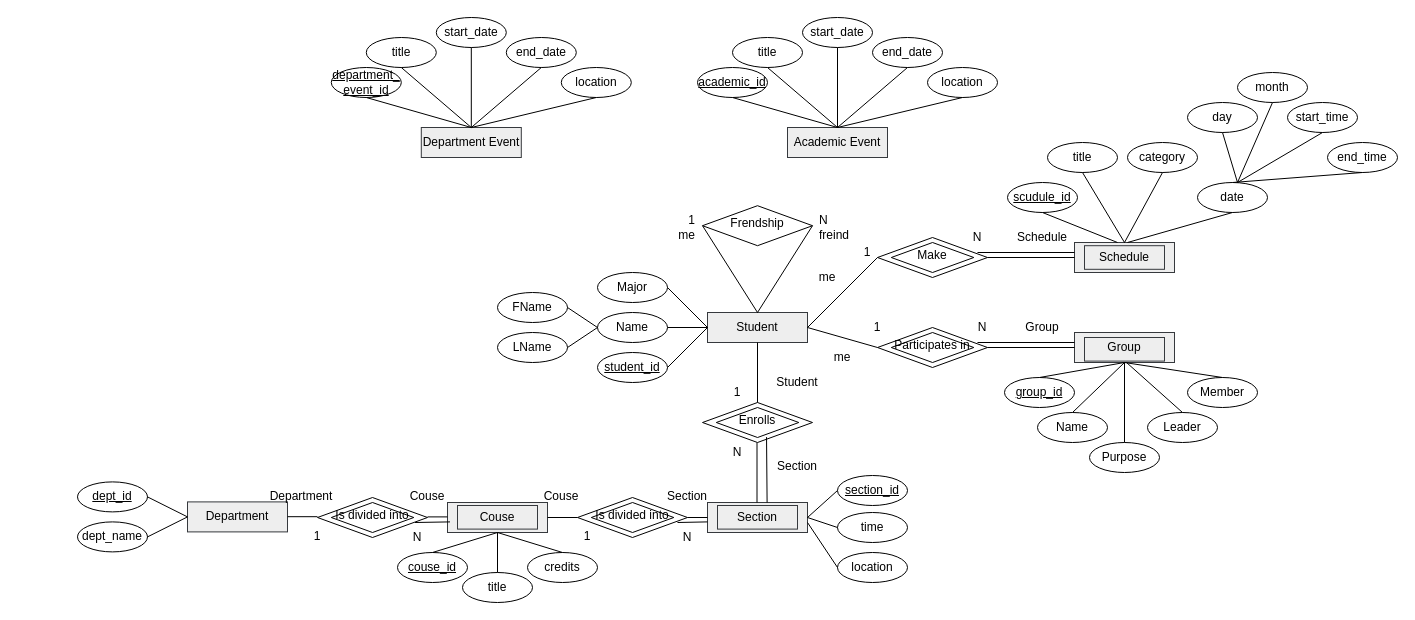
ale8ander/ale8ander keeps this draw.io diagram as phase1.drawio. Above is the earlier version. Source tidied: cells renumbered, new cells numbered last; positions are measured from the earlier drawing's top-left corner, leaving out a move shared by most shapes. Both pictures are drawn from the tidied source at 100%, with x=0, y=0 at pixel (77, 17).
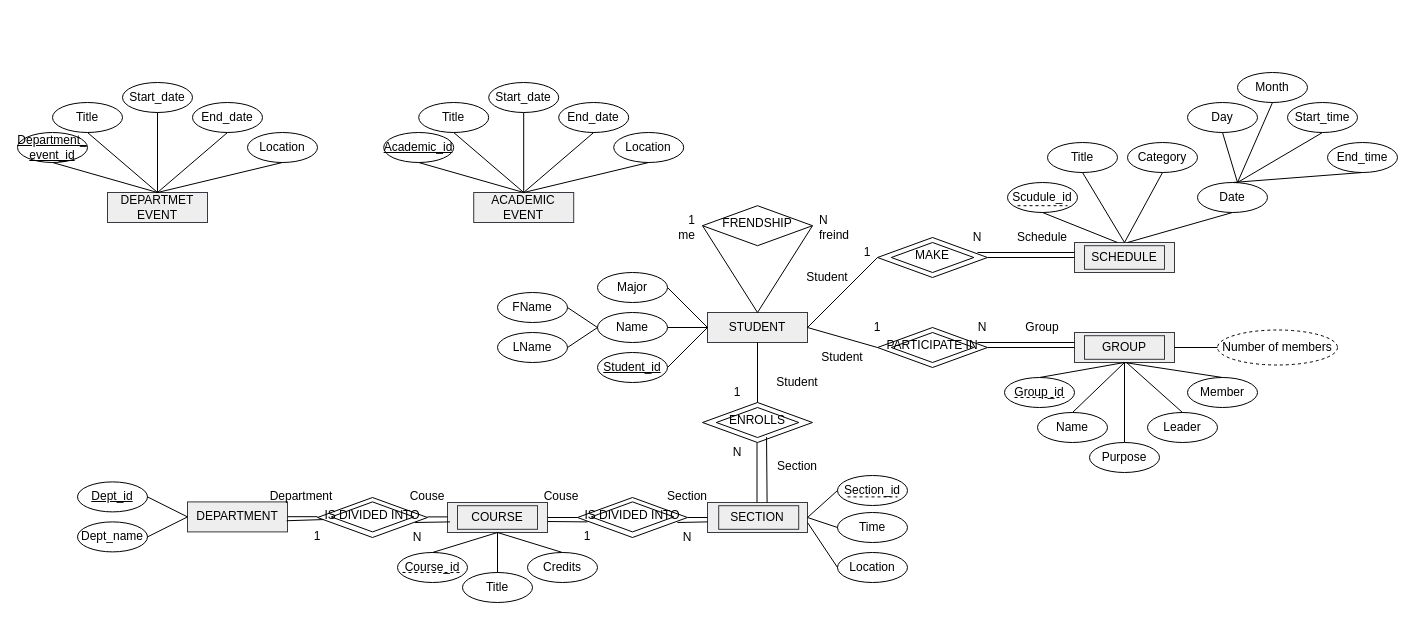
The same diagram, later.

The change refers to these unchanged cells:
```xml
<mxCell id="129" value="1" style="text;html=1;align=center;verticalAlign=middle;whiteSpace=wrap;rounded=0;" parent="1" vertex="1">
  <mxGeometry x="210" y="504.4" width="60" height="30" as="geometry" />
</mxCell>
<mxCell id="131" value="1" style="text;html=1;align=center;verticalAlign=middle;whiteSpace=wrap;rounded=0;" parent="1" vertex="1">
  <mxGeometry x="480" y="504.4" width="60" height="30" as="geometry" />
</mxCell>
```

What changed in the source:
```diff
@@
-    <mxCell id="2" value="Enrolls" style="rhombus;whiteSpace=wrap;html=1;shadow=0;fontFamily=Helvetica;fontSize=12;align=center;strokeWidth=1;spacing=6;spacingTop=-4;" parent="1" vertex="1">
+    <mxCell id="2" value="ENROLLS" style="rhombus;whiteSpace=wrap;html=1;shadow=0;fontFamily=Helvetica;fontSize=12;align=center;strokeWidth=1;spacing=6;spacingTop=-4;" parent="1" vertex="1">
       <mxGeometry x="625" y="385" width="110" height="40" as="geometry" />
     </mxCell>
-    <mxCell id="3" value="Student" style="rounded=0;whiteSpace=wrap;html=1;fillColor=#eeeeee;strokeColor=#36393d;" parent="1" vertex="1">
+    <mxCell id="3" value="STUDENT" style="rounded=0;whiteSpace=wrap;html=1;fillColor=#eeeeee;strokeColor=#36393d;" parent="1" vertex="1">
       <mxGeometry x="630" y="295" width="100" height="30" as="geometry" />
     </mxCell>
-    <mxCell id="4" value="Department" style="rounded=0;whiteSpace=wrap;html=1;fillColor=#eeeeee;strokeColor=#36393d;" parent="1" vertex="1">
+    <mxCell id="4" value="DEPARTMENT" style="rounded=0;whiteSpace=wrap;html=1;fillColor=#eeeeee;strokeColor=#36393d;" parent="1" vertex="1">
       <mxGeometry x="110" y="484.4" width="100" height="30" as="geometry" />
     </mxCell>
-    <mxCell id="5" value="Couse" style="rounded=0;whiteSpace=wrap;html=1;fillColor=#eeeeee;strokeColor=#36393d;" parent="1" vertex="1">
+    <mxCell id="5" value="COURSE" style="rounded=0;whiteSpace=wrap;html=1;fillColor=#eeeeee;strokeColor=#36393d;" parent="1" vertex="1">
       <mxGeometry x="370" y="485" width="100" height="30" as="geometry" />
     </mxCell>
-    <mxCell id="6" value="Section" style="rounded=0;whiteSpace=wrap;html=1;fillColor=#eeeeee;strokeColor=#36393d;" parent="1" vertex="1">
+    <mxCell id="6" value="SECTION" style="rounded=0;whiteSpace=wrap;html=1;fillColor=#eeeeee;strokeColor=#36393d;" parent="1" vertex="1">
       <mxGeometry x="630" y="485" width="100" height="30" as="geometry" />
     </mxCell>
-    <mxCell id="7" value="Academic Event" style="rounded=0;whiteSpace=wrap;html=1;fillColor=#eeeeee;strokeColor=#36393d;" parent="1" vertex="1">
-      <mxGeometry x="710" y="110" width="100" height="30" as="geometry" />
+    <mxCell id="7" value="ACADEMIC EVENT" style="rounded=0;whiteSpace=wrap;html=1;fillColor=#eeeeee;strokeColor=#36393d;" parent="1" vertex="1">
+      <mxGeometry x="396.2" y="175" width="100" height="30" as="geometry" />
     </mxCell>
-    <mxCell id="8" value="Department Event" style="rounded=0;whiteSpace=wrap;html=1;fillColor=#eeeeee;strokeColor=#36393d;" parent="1" vertex="1">
-      <mxGeometry x="343.8" y="110" width="100" height="30" as="geometry" />
+    <mxCell id="8" value="DEPARTMET EVENT" style="rounded=0;whiteSpace=wrap;html=1;fillColor=#eeeeee;strokeColor=#36393d;" parent="1" vertex="1">
+      <mxGeometry x="30" y="175" width="100" height="30" as="geometry" />
     </mxCell>
-    <mxCell id="9" value="Schedule" style="rounded=0;whiteSpace=wrap;html=1;fillColor=#eeeeee;strokeColor=#36393d;" parent="1" vertex="1">
+    <mxCell id="9" value="SCHEDULE" style="rounded=0;whiteSpace=wrap;html=1;fillColor=#eeeeee;strokeColor=#36393d;" parent="1" vertex="1">
       <mxGeometry x="997" y="225" width="100" height="30" as="geometry" />
     </mxCell>
-    <mxCell id="10" value="Group" style="rounded=0;whiteSpace=wrap;html=1;fillColor=#eeeeee;strokeColor=#36393d;" parent="1" vertex="1">
+    <mxCell id="10" value="GROUP" style="rounded=0;whiteSpace=wrap;html=1;fillColor=#eeeeee;strokeColor=#36393d;" parent="1" vertex="1">
       <mxGeometry x="997" y="315" width="100" height="30" as="geometry" />
     </mxCell>
-    <mxCell id="11" value="Make" style="rhombus;whiteSpace=wrap;html=1;shadow=0;fontFamily=Helvetica;fontSize=12;align=center;strokeWidth=1;spacing=6;spacingTop=-4;" parent="1" vertex="1">
+    <mxCell id="11" value="MAKE" style="rhombus;whiteSpace=wrap;html=1;shadow=0;fontFamily=Helvetica;fontSize=12;align=center;strokeWidth=1;spacing=6;spacingTop=-4;" parent="1" vertex="1">
       <mxGeometry x="800" y="220" width="110" height="40" as="geometry" />
     </mxCell>
-    <mxCell id="12" value="Participates in" style="rhombus;whiteSpace=wrap;html=1;shadow=0;fontFamily=Helvetica;fontSize=12;align=center;strokeWidth=1;spacing=6;spacingTop=-4;" parent="1" vertex="1">
+    <mxCell id="12" value="PARTICIPATE IN" style="rhombus;whiteSpace=wrap;html=1;shadow=0;fontFamily=Helvetica;fontSize=12;align=center;strokeWidth=1;spacing=6;spacingTop=-4;" parent="1" vertex="1">
       <mxGeometry x="800" y="310" width="110" height="40" as="geometry" />
     </mxCell>
-    <mxCell id="13" value="&lt;u&gt;student_id&lt;/u&gt;" style="ellipse;whiteSpace=wrap;html=1;" parent="1" vertex="1">
+    <mxCell id="13" value="&lt;u&gt;Student_id&lt;/u&gt;" style="ellipse;whiteSpace=wrap;html=1;" parent="1" vertex="1">
       <mxGeometry x="520" y="335" width="70" height="30" as="geometry" />
     </mxCell>
@@
-    <mxCell id="25" value="&lt;u&gt;dept_id&lt;/u&gt;" style="ellipse;whiteSpace=wrap;html=1;" parent="1" vertex="1">
+    <mxCell id="25" value="&lt;u&gt;Dept_id&lt;/u&gt;" style="ellipse;whiteSpace=wrap;html=1;" parent="1" vertex="1">
       <mxGeometry y="464.4" width="70" height="30" as="geometry" />
     </mxCell>
-    <mxCell id="26" value="dept_name" style="ellipse;whiteSpace=wrap;html=1;" parent="1" vertex="1">
+    <mxCell id="26" value="Dept_name" style="ellipse;whiteSpace=wrap;html=1;" parent="1" vertex="1">
       <mxGeometry y="504.4" width="70" height="30" as="geometry" />
     </mxCell>
@@
-    <mxCell id="30" value="&lt;u&gt;couse_id&lt;/u&gt;" style="ellipse;whiteSpace=wrap;html=1;" parent="1" vertex="1">
+    <mxCell id="30" value="&lt;span&gt;Course_id&lt;/span&gt;" style="ellipse;whiteSpace=wrap;html=1;fontStyle=0;" parent="1" vertex="1">
       <mxGeometry x="320" y="535" width="70" height="30" as="geometry" />
     </mxCell>
@@
-    <mxCell id="32" value="title" style="ellipse;whiteSpace=wrap;html=1;" parent="1" vertex="1">
+    <mxCell id="32" value="Title" style="ellipse;whiteSpace=wrap;html=1;" parent="1" vertex="1">
       <mxGeometry x="385" y="555" width="70" height="30" as="geometry" />
     </mxCell>
@@
-    <mxCell id="34" value="credits" style="ellipse;whiteSpace=wrap;html=1;" parent="1" vertex="1">
+    <mxCell id="34" value="Credits" style="ellipse;whiteSpace=wrap;html=1;" parent="1" vertex="1">
       <mxGeometry x="450" y="535" width="70" height="30" as="geometry" />
     </mxCell>
@@
-    <mxCell id="36" value="&lt;u&gt;section_id&lt;/u&gt;" style="ellipse;whiteSpace=wrap;html=1;" parent="1" vertex="1">
+    <mxCell id="36" value="Section_id" style="ellipse;whiteSpace=wrap;html=1;" parent="1" vertex="1">
       <mxGeometry x="760" y="458" width="70" height="30" as="geometry" />
     </mxCell>
@@
-    <mxCell id="38" value="time" style="ellipse;whiteSpace=wrap;html=1;" parent="1" vertex="1">
+    <mxCell id="38" value="Time" style="ellipse;whiteSpace=wrap;html=1;" parent="1" vertex="1">
       <mxGeometry x="760" y="495" width="70" height="30" as="geometry" />
     </mxCell>
@@
-    <mxCell id="40" value="location" style="ellipse;whiteSpace=wrap;html=1;" parent="1" vertex="1">
+    <mxCell id="40" value="Location" style="ellipse;whiteSpace=wrap;html=1;" parent="1" vertex="1">
       <mxGeometry x="760" y="535" width="70" height="30" as="geometry" />
     </mxCell>
@@
     <mxCell id="43" style="rounded=0;whiteSpace=wrap;html=1;fillColor=none;strokeColor=#36393d;" parent="1" vertex="1">
-      <mxGeometry x="640" y="488" width="80" height="23.6" as="geometry" />
+      <mxGeometry x="641.2" y="488.2" width="80" height="23.6" as="geometry" />
     </mxCell>
     <mxCell id="44" style="rounded=0;whiteSpace=wrap;html=1;fillColor=none;strokeColor=#36393d;" parent="1" vertex="1">
-      <mxGeometry x="380" y="488" width="80" height="23.6" as="geometry" />
+      <mxGeometry x="380" y="488.2" width="80" height="23.6" as="geometry" />
     </mxCell>
-    <mxCell id="45" value="&lt;u&gt;group_id&lt;/u&gt;" style="ellipse;whiteSpace=wrap;html=1;" parent="1" vertex="1">
+    <mxCell id="45" value="&lt;span&gt;Group_id&lt;/span&gt;" style="ellipse;whiteSpace=wrap;html=1;fontStyle=0;" parent="1" vertex="1">
       <mxGeometry x="927" y="360" width="70" height="30" as="geometry" />
     </mxCell>
@@
-    <mxCell id="53" value="&lt;u&gt;scudule_id&lt;/u&gt;" style="ellipse;whiteSpace=wrap;html=1;" parent="1" vertex="1">
+    <mxCell id="53" value="&lt;span&gt;Scudule_id&lt;/span&gt;" style="ellipse;whiteSpace=wrap;html=1;fontStyle=0;" parent="1" vertex="1">
       <mxGeometry x="930" y="165" width="70" height="30" as="geometry" />
     </mxCell>
-    <mxCell id="54" value="title" style="ellipse;whiteSpace=wrap;html=1;" parent="1" vertex="1">
+    <mxCell id="54" value="Title" style="ellipse;whiteSpace=wrap;html=1;" parent="1" vertex="1">
       <mxGeometry x="970" y="125" width="70" height="30" as="geometry" />
     </mxCell>
-    <mxCell id="55" value="category" style="ellipse;whiteSpace=wrap;html=1;" parent="1" vertex="1">
+    <mxCell id="55" value="Category" style="ellipse;whiteSpace=wrap;html=1;" parent="1" vertex="1">
       <mxGeometry x="1050" y="125" width="70" height="30" as="geometry" />
     </mxCell>
-    <mxCell id="56" value="date" style="ellipse;whiteSpace=wrap;html=1;" parent="1" vertex="1">
+    <mxCell id="56" value="Date" style="ellipse;whiteSpace=wrap;html=1;" parent="1" vertex="1">
       <mxGeometry x="1120" y="165" width="70" height="30" as="geometry" />
     </mxCell>
@@
-    <mxCell id="61" value="day" style="ellipse;whiteSpace=wrap;html=1;" parent="1" vertex="1">
+    <mxCell id="61" value="Day" style="ellipse;whiteSpace=wrap;html=1;" parent="1" vertex="1">
       <mxGeometry x="1110" y="85" width="70" height="30" as="geometry" />
     </mxCell>
-    <mxCell id="62" value="month" style="ellipse;whiteSpace=wrap;html=1;" parent="1" vertex="1">
+    <mxCell id="62" value="Month" style="ellipse;whiteSpace=wrap;html=1;" parent="1" vertex="1">
       <mxGeometry x="1160" y="55" width="70" height="30" as="geometry" />
     </mxCell>
-    <mxCell id="63" value="start_time" style="ellipse;whiteSpace=wrap;html=1;" parent="1" vertex="1">
+    <mxCell id="63" value="Start_time" style="ellipse;whiteSpace=wrap;html=1;" parent="1" vertex="1">
       <mxGeometry x="1210" y="85" width="70" height="30" as="geometry" />
     </mxCell>
-    <mxCell id="64" value="end_time" style="ellipse;whiteSpace=wrap;html=1;" parent="1" vertex="1">
+    <mxCell id="64" value="End_time" style="ellipse;whiteSpace=wrap;html=1;" parent="1" vertex="1">
       <mxGeometry x="1250" y="125" width="70" height="30" as="geometry" />
     </mxCell>
@@
-    <mxCell id="68" style="endArrow=none;html=1;rounded=0;entryX=0.5;entryY=1;entryDx=0;entryDy=0;exitX=0.5;exitY=0;exitDx=0;exitDy=0;" parent="1" edge="1" source="56" target="64">
-      <mxGeometry relative="1" as="geometry" />
+    <mxCell id="68" style="endArrow=none;html=1;rounded=0;entryX=0.5;entryY=1;entryDx=0;entryDy=0;" parent="1" edge="1" target="64">
+      <mxGeometry relative="1" as="geometry">
+        <mxPoint x="1155" y="165" as="sourcePoint" />
+      </mxGeometry>
     </mxCell>
-    <mxCell id="69" value="&lt;u&gt;academic_id&lt;/u&gt;" style="ellipse;whiteSpace=wrap;html=1;" parent="1" vertex="1">
-      <mxGeometry x="620" y="50" width="70" height="30" as="geometry" />
+    <mxCell id="69" value="&lt;u&gt;Academic_id&lt;/u&gt;" style="ellipse;whiteSpace=wrap;html=1;" parent="1" vertex="1">
+      <mxGeometry x="306.2" y="115" width="70" height="30" as="geometry" />
     </mxCell>
-    <mxCell id="70" value="title" style="ellipse;whiteSpace=wrap;html=1;" parent="1" vertex="1">
-      <mxGeometry x="655" y="20" width="70" height="30" as="geometry" />
+    <mxCell id="70" value="Title" style="ellipse;whiteSpace=wrap;html=1;" parent="1" vertex="1">
+      <mxGeometry x="341.2" y="85" width="70" height="30" as="geometry" />
     </mxCell>
-    <mxCell id="71" value="start_date" style="ellipse;whiteSpace=wrap;html=1;" parent="1" vertex="1">
-      <mxGeometry x="725" width="70" height="30" as="geometry" />
+    <mxCell id="71" value="Start_date" style="ellipse;whiteSpace=wrap;html=1;" parent="1" vertex="1">
+      <mxGeometry x="411.2" y="65" width="70" height="30" as="geometry" />
     </mxCell>
     <mxCell id="72" style="endArrow=none;html=1;rounded=0;entryX=0.5;entryY=1;entryDx=0;entryDy=0;" parent="1" edge="1" target="71">
       <mxGeometry relative="1" as="geometry">
-        <mxPoint x="760" y="110" as="sourcePoint" />
+        <mxPoint x="446.2" y="175" as="sourcePoint" />
       </mxGeometry>
     </mxCell>
     <mxCell id="73" style="endArrow=none;html=1;rounded=0;entryX=0.5;entryY=1;entryDx=0;entryDy=0;" parent="1" edge="1" target="70">
       <mxGeometry relative="1" as="geometry">
-        <mxPoint x="760" y="110" as="sourcePoint" />
+        <mxPoint x="446.2" y="175" as="sourcePoint" />
       </mxGeometry>
     </mxCell>
     <mxCell id="74" style="endArrow=none;html=1;rounded=0;entryX=0.5;entryY=1;entryDx=0;entryDy=0;" parent="1" edge="1" target="69">
       <mxGeometry relative="1" as="geometry">
-        <mxPoint x="760" y="110" as="sourcePoint" />
+        <mxPoint x="446.2" y="175" as="sourcePoint" />
       </mxGeometry>
     </mxCell>
-    <mxCell id="75" value="end_date" style="ellipse;whiteSpace=wrap;html=1;" parent="1" vertex="1">
-      <mxGeometry x="795" y="20" width="70" height="30" as="geometry" />
+    <mxCell id="75" value="End_date" style="ellipse;whiteSpace=wrap;html=1;" parent="1" vertex="1">
+      <mxGeometry x="481.2" y="85" width="70" height="30" as="geometry" />
     </mxCell>
     <mxCell id="76" style="endArrow=none;html=1;rounded=0;entryX=0.5;entryY=1;entryDx=0;entryDy=0;" parent="1" edge="1" target="75">
       <mxGeometry relative="1" as="geometry">
-        <mxPoint x="760" y="110" as="sourcePoint" />
+        <mxPoint x="446.2" y="175" as="sourcePoint" />
       </mxGeometry>
     </mxCell>
-    <mxCell id="77" value="location" style="ellipse;whiteSpace=wrap;html=1;" parent="1" vertex="1">
-      <mxGeometry x="850" y="50" width="70" height="30" as="geometry" />
+    <mxCell id="77" value="Location" style="ellipse;whiteSpace=wrap;html=1;" parent="1" vertex="1">
+      <mxGeometry x="536.2" y="115" width="70" height="30" as="geometry" />
     </mxCell>
     <mxCell id="78" style="endArrow=none;html=1;rounded=0;entryX=0.5;entryY=1;entryDx=0;entryDy=0;" parent="1" edge="1" target="77">
       <mxGeometry relative="1" as="geometry">
-        <mxPoint x="760" y="110" as="sourcePoint" />
+        <mxPoint x="446.2" y="175" as="sourcePoint" />
       </mxGeometry>
     </mxCell>
-    <mxCell id="79" value="&lt;u&gt;department_&lt;br&gt;event_id&lt;/u&gt;" style="ellipse;whiteSpace=wrap;html=1;" parent="1" vertex="1">
-      <mxGeometry x="253.8" y="50" width="70" height="30" as="geometry" />
+    <mxCell id="79" value="&lt;u&gt;Department_&lt;br&gt;event_id&lt;/u&gt;" style="ellipse;whiteSpace=wrap;html=1;" parent="1" vertex="1">
+      <mxGeometry x="-60" y="115" width="70" height="30" as="geometry" />
     </mxCell>
-    <mxCell id="80" value="title" style="ellipse;whiteSpace=wrap;html=1;" parent="1" vertex="1">
-      <mxGeometry x="288.8" y="20" width="70" height="30" as="geometry" />
+    <mxCell id="80" value="Title" style="ellipse;whiteSpace=wrap;html=1;" parent="1" vertex="1">
+      <mxGeometry x="-25" y="85" width="70" height="30" as="geometry" />
     </mxCell>
-    <mxCell id="81" value="start_date" style="ellipse;whiteSpace=wrap;html=1;" parent="1" vertex="1">
-      <mxGeometry x="358.8" width="70" height="30" as="geometry" />
+    <mxCell id="81" value="Start_date" style="ellipse;whiteSpace=wrap;html=1;" parent="1" vertex="1">
+      <mxGeometry x="45" y="65" width="70" height="30" as="geometry" />
     </mxCell>
     <mxCell id="82" style="endArrow=none;html=1;rounded=0;entryX=0.5;entryY=1;entryDx=0;entryDy=0;" parent="1" edge="1" target="81">
       <mxGeometry relative="1" as="geometry">
-        <mxPoint x="393.8" y="110" as="sourcePoint" />
+        <mxPoint x="80" y="175" as="sourcePoint" />
       </mxGeometry>
     </mxCell>
     <mxCell id="83" style="endArrow=none;html=1;rounded=0;entryX=0.5;entryY=1;entryDx=0;entryDy=0;" parent="1" edge="1" target="80">
       <mxGeometry relative="1" as="geometry">
-        <mxPoint x="393.8" y="110" as="sourcePoint" />
+        <mxPoint x="80" y="175" as="sourcePoint" />
       </mxGeometry>
     </mxCell>
     <mxCell id="84" style="endArrow=none;html=1;rounded=0;entryX=0.5;entryY=1;entryDx=0;entryDy=0;" parent="1" edge="1" target="79">
       <mxGeometry relative="1" as="geometry">
-        <mxPoint x="393.8" y="110" as="sourcePoint" />
+        <mxPoint x="80" y="175" as="sourcePoint" />
       </mxGeometry>
     </mxCell>
-    <mxCell id="85" value="end_date" style="ellipse;whiteSpace=wrap;html=1;" parent="1" vertex="1">
-      <mxGeometry x="428.8" y="20" width="70" height="30" as="geometry" />
+    <mxCell id="85" value="End_date" style="ellipse;whiteSpace=wrap;html=1;" parent="1" vertex="1">
+      <mxGeometry x="115" y="85" width="70" height="30" as="geometry" />
     </mxCell>
     <mxCell id="86" style="endArrow=none;html=1;rounded=0;entryX=0.5;entryY=1;entryDx=0;entryDy=0;" parent="1" edge="1" target="85">
       <mxGeometry relative="1" as="geometry">
-        <mxPoint x="393.8" y="110" as="sourcePoint" />
+        <mxPoint x="80" y="175" as="sourcePoint" />
       </mxGeometry>
     </mxCell>
-    <mxCell id="87" value="location" style="ellipse;whiteSpace=wrap;html=1;" parent="1" vertex="1">
-      <mxGeometry x="483.8" y="50" width="70" height="30" as="geometry" />
+    <mxCell id="87" value="Location" style="ellipse;whiteSpace=wrap;html=1;" parent="1" vertex="1">
+      <mxGeometry x="170" y="115" width="70" height="30" as="geometry" />
     </mxCell>
     <mxCell id="88" style="endArrow=none;html=1;rounded=0;entryX=0.5;entryY=1;entryDx=0;entryDy=0;" parent="1" edge="1" target="87">
       <mxGeometry relative="1" as="geometry">
-        <mxPoint x="393.8" y="110" as="sourcePoint" />
+        <mxPoint x="80" y="175" as="sourcePoint" />
       </mxGeometry>
     </mxCell>
@@
     <mxCell id="92" style="rounded=0;whiteSpace=wrap;html=1;fillColor=none;strokeColor=#36393d;" parent="1" vertex="1">
-      <mxGeometry x="1007" y="320" width="80" height="23.6" as="geometry" />
+      <mxGeometry x="1007" y="318.2" width="80" height="23.6" as="geometry" />
     </mxCell>
@@
-    <mxCell id="99" value="Is divided into" style="rhombus;whiteSpace=wrap;html=1;shadow=0;fontFamily=Helvetica;fontSize=12;align=center;strokeWidth=1;spacing=6;spacingTop=-4;" parent="1" vertex="1">
+    <mxCell id="99" value="IS DIVIDED INTO" style="rhombus;whiteSpace=wrap;html=1;shadow=0;fontFamily=Helvetica;fontSize=12;align=center;strokeWidth=1;spacing=6;spacingTop=-4;" parent="1" vertex="1">
       <mxGeometry x="500" y="480" width="110" height="40" as="geometry" />
     </mxCell>
     <mxCell id="100" style="rhombus;whiteSpace=wrap;html=1;shadow=0;fontFamily=Helvetica;fontSize=12;align=center;strokeWidth=1;spacing=6;spacingTop=-4;fillColor=none;" parent="1" vertex="1">
-      <mxGeometry x="513.8" y="485" width="82.5" height="30" as="geometry" />
+      <mxGeometry x="513.8" y="484.4" width="82.5" height="30" as="geometry" />
     </mxCell>
@@
-    <mxCell id="103" value="Is divided into" style="rhombus;whiteSpace=wrap;html=1;shadow=0;fontFamily=Helvetica;fontSize=12;align=center;strokeWidth=1;spacing=6;spacingTop=-4;" parent="1" vertex="1">
+    <mxCell id="103" value="IS DIVIDED INTO" style="rhombus;whiteSpace=wrap;html=1;shadow=0;fontFamily=Helvetica;fontSize=12;align=center;strokeWidth=1;spacing=6;spacingTop=-4;" parent="1" vertex="1">
       <mxGeometry x="240" y="480" width="110" height="40" as="geometry" />
     </mxCell>
     <mxCell id="104" style="rhombus;whiteSpace=wrap;html=1;shadow=0;fontFamily=Helvetica;fontSize=12;align=center;strokeWidth=1;spacing=6;spacingTop=-4;fillColor=none;" parent="1" vertex="1">
-      <mxGeometry x="253.8" y="485" width="82.5" height="30" as="geometry" />
+      <mxGeometry x="253.8" y="484.4" width="82.5" height="30" as="geometry" />
     </mxCell>
@@
-    <mxCell id="112" value="Frendship" style="rhombus;whiteSpace=wrap;html=1;shadow=0;fontFamily=Helvetica;fontSize=12;align=center;strokeWidth=1;spacing=6;spacingTop=-4;" parent="1" vertex="1">
+    <mxCell id="112" value="FRENDSHIP" style="rhombus;whiteSpace=wrap;html=1;shadow=0;fontFamily=Helvetica;fontSize=12;align=center;strokeWidth=1;spacing=6;spacingTop=-4;" parent="1" vertex="1">
       <mxGeometry x="625" y="188.2" width="110" height="40" as="geometry" />
     </mxCell>
@@
-    <mxCell id="117" value="me" style="text;html=1;align=center;verticalAlign=middle;whiteSpace=wrap;rounded=0;" parent="1" vertex="1">
+    <mxCell id="117" value="Student" style="text;html=1;align=center;verticalAlign=middle;whiteSpace=wrap;rounded=0;" parent="1" vertex="1">
       <mxGeometry x="720" y="245" width="60" height="30" as="geometry" />
     </mxCell>
-    <mxCell id="118" value="me" style="text;html=1;align=center;verticalAlign=middle;whiteSpace=wrap;rounded=0;" parent="1" vertex="1">
+    <mxCell id="118" value="Student" style="text;html=1;align=center;verticalAlign=middle;whiteSpace=wrap;rounded=0;" parent="1" vertex="1">
       <mxGeometry x="735" y="325" width="60" height="30" as="geometry" />
     </mxCell>
@@
+    <mxCell id="137" style="endArrow=none;dashed=1;html=1;rounded=0;" parent="1" edge="1">
+      <mxGeometry relative="1" as="geometry">
+        <mxPoint x="325" y="555" as="sourcePoint" />
+        <mxPoint x="385" y="555" as="targetPoint" />
+      </mxGeometry>
+    </mxCell>
+    <mxCell id="138" style="endArrow=none;dashed=1;html=1;rounded=0;" parent="1" edge="1">
+      <mxGeometry relative="1" as="geometry">
+        <mxPoint x="770" y="479.4" as="sourcePoint" />
+        <mxPoint x="820" y="479.4" as="targetPoint" />
+      </mxGeometry>
+    </mxCell>
+    <mxCell id="139" style="endArrow=none;html=1;rounded=0;exitX=0.604;exitY=-0.078;exitDx=0;exitDy=0;exitPerimeter=0;entryX=0.992;entryY=0.628;entryDx=0;entryDy=0;entryPerimeter=0;" parent="1" edge="1" source="129" target="4">
+      <mxGeometry relative="1" as="geometry" />
+    </mxCell>
+    <mxCell id="140" style="endArrow=none;html=1;rounded=0;exitX=0.5;exitY=0;exitDx=0;exitDy=0;" parent="1" edge="1" source="131">
+      <mxGeometry relative="1" as="geometry">
+        <mxPoint x="470" y="504" as="targetPoint" />
+      </mxGeometry>
+    </mxCell>
+    <mxCell id="141" value="Number of members" style="ellipse;whiteSpace=wrap;html=1;dashed=1;" parent="1" vertex="1">
+      <mxGeometry x="1140" y="312.5" width="120" height="35" as="geometry" />
+    </mxCell>
+    <mxCell id="142" style="endArrow=none;html=1;rounded=0;entryX=0;entryY=0.5;entryDx=0;entryDy=0;exitX=1;exitY=0.5;exitDx=0;exitDy=0;" parent="1" edge="1" source="10" target="141">
+      <mxGeometry relative="1" as="geometry" />
+    </mxCell>
+    <mxCell id="143" style="endArrow=none;dashed=1;html=1;rounded=0;" parent="1" edge="1">
+      <mxGeometry relative="1" as="geometry">
+        <mxPoint x="937" y="380" as="sourcePoint" />
+        <mxPoint x="987" y="380" as="targetPoint" />
+      </mxGeometry>
+    </mxCell>
+    <mxCell id="144" style="endArrow=none;dashed=1;html=1;rounded=0;" parent="1" edge="1">
+      <mxGeometry relative="1" as="geometry">
+        <mxPoint x="940" y="188.2" as="sourcePoint" />
+        <mxPoint x="990" y="188.2" as="targetPoint" />
+      </mxGeometry>
+    </mxCell>
```
